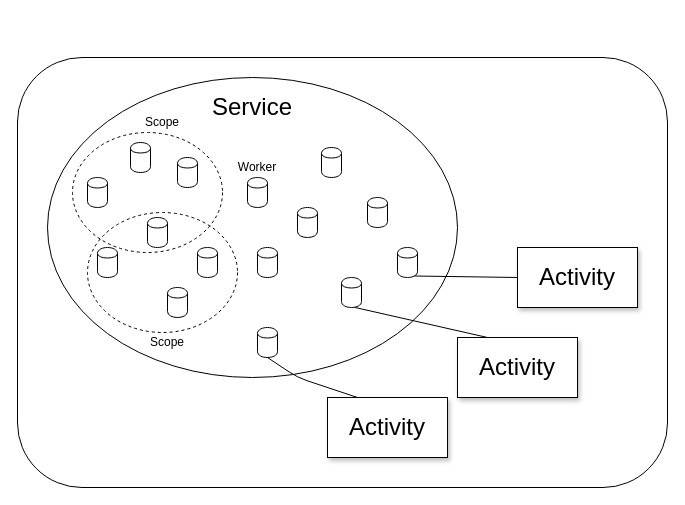
Earlier version of the draw.io diagram page "Service Infrastructure" (2 of 3) of DrawIO/NoXerve.drawio (NoXerve/NoXerve-Document). Source tidied: cells renumbered, new cells numbered last; positions are measured from the earlier drawing's top-left corner, leaving out a move shared by most shapes. Both pictures are drawn from the tidied source at 100%, with x=0, y=0 at pixel (17, 57).
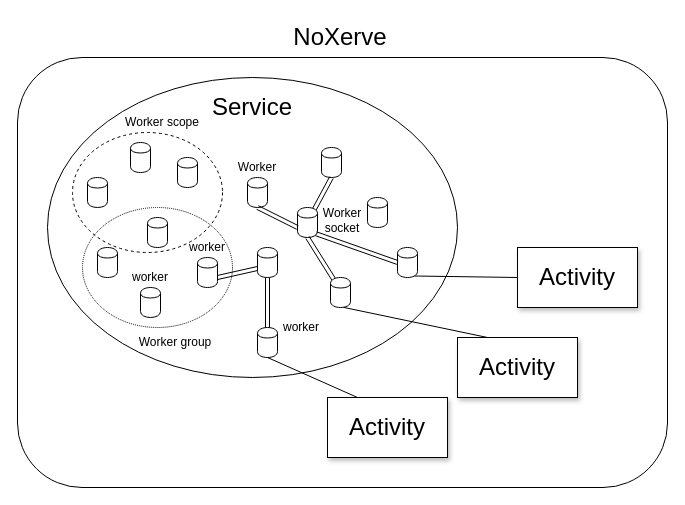
After the change.

Unchanged cells that the change refers to:
```xml
<mxCell id="6" value="&lt;font style=&quot;font-size: 24px&quot;&gt;Activity&lt;br&gt;&lt;/font&gt;" style="rounded=1;whiteSpace=wrap;html=1;arcSize=0;shadow=1;" parent="1" vertex="1">
  <mxGeometry x="310" y="340" width="120" height="60" as="geometry" />
</mxCell>
<mxCell id="11" style="shape=cylinder;whiteSpace=wrap;html=1;boundedLbl=1;backgroundOutline=1;" parent="1" vertex="1">
  <mxGeometry x="240" y="190" width="20" height="30" as="geometry" />
</mxCell>
<mxCell id="12" style="shape=cylinder;whiteSpace=wrap;html=1;boundedLbl=1;backgroundOutline=1;" parent="1" vertex="1">
  <mxGeometry x="230" y="120" width="20" height="30" as="geometry" />
</mxCell>
<mxCell id="13" style="shape=cylinder;whiteSpace=wrap;html=1;boundedLbl=1;backgroundOutline=1;" parent="1" vertex="1">
  <mxGeometry x="280" y="150" width="20" height="30" as="geometry" />
</mxCell>
<mxCell id="14" style="shape=cylinder;whiteSpace=wrap;html=1;boundedLbl=1;backgroundOutline=1;" parent="1" vertex="1">
  <mxGeometry x="304" y="90" width="20" height="30" as="geometry" />
</mxCell>
<mxCell id="17" style="shape=cylinder;whiteSpace=wrap;html=1;boundedLbl=1;backgroundOutline=1;" parent="1" vertex="1">
  <mxGeometry x="240" y="270" width="20" height="30" as="geometry" />
</mxCell>
<mxCell id="19" style="shape=cylinder;whiteSpace=wrap;html=1;boundedLbl=1;backgroundOutline=1;" parent="1" vertex="1">
  <mxGeometry x="380" y="190" width="20" height="30" as="geometry" />
</mxCell>
```

What changed in the source:
```diff
@@
     <mxCell id="10" style="shape=cylinder;whiteSpace=wrap;html=1;boundedLbl=1;backgroundOutline=1;" parent="1" vertex="1">
-      <mxGeometry x="150" y="230" width="20" height="30" as="geometry" />
+      <mxGeometry x="123" y="230" width="20" height="30" as="geometry" />
     </mxCell>
@@
     <mxCell id="16" style="shape=cylinder;whiteSpace=wrap;html=1;boundedLbl=1;backgroundOutline=1;" parent="1" vertex="1">
-      <mxGeometry x="324" y="220" width="20" height="30" as="geometry" />
+      <mxGeometry x="313" y="220" width="20" height="30" as="geometry" />
     </mxCell>
@@
-    <mxCell id="22" style="endArrow=none;html=1;entryX=0.25;entryY=0;entryDx=0;entryDy=0;exitX=0.5;exitY=1;exitDx=0;exitDy=0;" parent="1" edge="1" source="17" target="6">
-      <mxGeometry relative="1" as="geometry">
-        <Array as="points">
-          <mxPoint x="280" y="320" />
-          <mxPoint x="310" y="330" />
-        </Array>
-      </mxGeometry>
-    </mxCell>
@@
-    <mxCell id="25" style="ellipse;whiteSpace=wrap;html=1;fillColor=none;dashed=1;" parent="1" vertex="1">
-      <mxGeometry x="70" y="155" width="150" height="120" as="geometry" />
+    <mxCell id="25" style="ellipse;whiteSpace=wrap;html=1;fillColor=none;dashed=1;dashPattern=1 1;" parent="1" vertex="1">
+      <mxGeometry x="65" y="150" width="150" height="120" as="geometry" />
     </mxCell>
@@
-    <mxCell id="27" value="Scope" style="text;html=1;strokeColor=none;fillColor=none;align=center;verticalAlign=middle;whiteSpace=wrap;rounded=0;dashed=1;" parent="1" vertex="1">
-      <mxGeometry x="130" y="275" width="40" height="20" as="geometry" />
+    <mxCell id="27" value="Worker group" style="text;html=1;strokeColor=none;fillColor=none;align=center;verticalAlign=middle;whiteSpace=wrap;rounded=0;dashed=1;" parent="1" vertex="1">
+      <mxGeometry x="113" y="275" width="90" height="20" as="geometry" />
     </mxCell>
@@
     <mxCell id="29" style="shape=cylinder;whiteSpace=wrap;html=1;boundedLbl=1;backgroundOutline=1;" parent="1" vertex="1">
-      <mxGeometry x="180" y="190" width="20" height="30" as="geometry" />
+      <mxGeometry x="180" y="200" width="20" height="30" as="geometry" />
     </mxCell>
-    <mxCell id="30" value="Scope" style="text;html=1;strokeColor=none;fillColor=none;align=center;verticalAlign=middle;whiteSpace=wrap;rounded=0;dashed=1;" parent="1" vertex="1">
-      <mxGeometry x="125" y="55" width="40" height="20" as="geometry" />
-    </mxCell>
+    <mxCell id="31" value="worker" style="text;html=1;strokeColor=none;fillColor=none;align=center;verticalAlign=middle;whiteSpace=wrap;rounded=0;" parent="1" vertex="1">
+      <mxGeometry x="264" y="260" width="40" height="20" as="geometry" />
+    </mxCell>
+    <mxCell id="32" value="Worker scope" style="text;html=1;strokeColor=none;fillColor=none;align=center;verticalAlign=middle;whiteSpace=wrap;rounded=0;dashed=1;" parent="1" vertex="1">
+      <mxGeometry x="100" y="55" width="90" height="20" as="geometry" />
+    </mxCell>
+    <mxCell id="33" value="worker" style="text;html=1;strokeColor=none;fillColor=none;align=center;verticalAlign=middle;whiteSpace=wrap;rounded=0;" parent="1" vertex="1">
+      <mxGeometry x="113" y="210" width="40" height="20" as="geometry" />
+    </mxCell>
+    <mxCell id="34" value="worker" style="text;html=1;strokeColor=none;fillColor=none;align=center;verticalAlign=middle;whiteSpace=wrap;rounded=0;" parent="1" vertex="1">
+      <mxGeometry x="170" y="180" width="40" height="20" as="geometry" />
+    </mxCell>
+    <mxCell id="35" style="endArrow=none;html=1;exitX=0.25;exitY=0;exitDx=0;exitDy=0;entryX=0.5;entryY=1;entryDx=0;entryDy=0;" parent="1" edge="1" source="6" target="17">
+      <mxGeometry relative="1" as="geometry" />
+    </mxCell>
+    <mxCell id="36" value="&lt;span style=&quot;font-size: 24px&quot;&gt;NoXerve&lt;/span&gt;" style="text;html=1;strokeColor=none;fillColor=none;align=center;verticalAlign=middle;whiteSpace=wrap;rounded=0;" parent="1" vertex="1">
+      <mxGeometry x="278" y="-40" width="90" height="40" as="geometry" />
+    </mxCell>
+    <mxCell id="37" style="shape=link;html=1;entryX=0;entryY=0.7;entryDx=0;entryDy=0;" parent="1" edge="1" target="11">
+      <mxGeometry relative="1" as="geometry">
+        <mxPoint x="200" y="220" as="sourcePoint" />
+      </mxGeometry>
+    </mxCell>
+    <mxCell id="38" style="shape=link;html=1;entryX=0.15;entryY=0.05;entryDx=0;entryDy=0;entryPerimeter=0;exitX=0.5;exitY=1;exitDx=0;exitDy=0;" parent="1" edge="1" source="13" target="16">
+      <mxGeometry relative="1" as="geometry" />
+    </mxCell>
+    <mxCell id="39" style="shape=link;html=1;exitX=0.92;exitY=0.873;exitDx=0;exitDy=0;exitPerimeter=0;entryX=0;entryY=0.5;entryDx=0;entryDy=0;" parent="1" edge="1" source="13" target="19">
+      <mxGeometry relative="1" as="geometry" />
+    </mxCell>
+    <mxCell id="40" style="shape=link;html=1;entryX=0.5;entryY=1;entryDx=0;entryDy=0;exitX=0.85;exitY=0.05;exitDx=0;exitDy=0;exitPerimeter=0;" parent="1" edge="1" source="13" target="14">
+      <mxGeometry relative="1" as="geometry" />
+    </mxCell>
+    <mxCell id="41" style="shape=link;html=1;entryX=0.5;entryY=1;entryDx=0;entryDy=0;" parent="1" edge="1" target="12">
+      <mxGeometry relative="1" as="geometry">
+        <mxPoint x="280" y="170" as="sourcePoint" />
+      </mxGeometry>
+    </mxCell>
+    <mxCell id="42" style="shape=link;html=1;exitX=0.5;exitY=1;exitDx=0;exitDy=0;entryX=0.5;entryY=0;entryDx=0;entryDy=0;" parent="1" edge="1" source="11" target="17">
+      <mxGeometry relative="1" as="geometry" />
+    </mxCell>
+    <mxCell id="43" value="Worker &lt;br&gt;socket" style="text;html=1;strokeColor=none;fillColor=none;align=center;verticalAlign=middle;whiteSpace=wrap;rounded=0;dashed=1;" parent="1" vertex="1">
+      <mxGeometry x="280" y="145" width="90" height="35" as="geometry" />
+    </mxCell>
```
